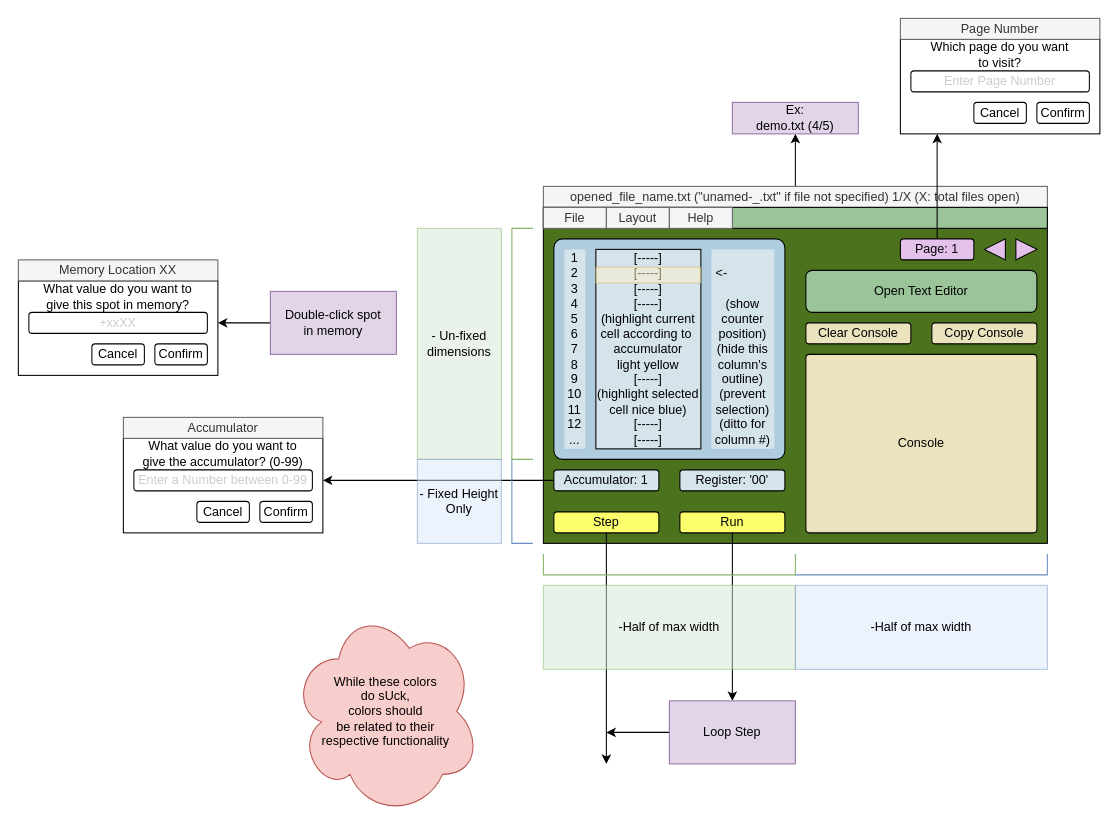
Dabaniel/CS2450_Group_1 keeps this draw.io diagram as UVSim/gui_makeup.drawio. Above is the earlier version. Source tidied: cells renumbered, new cells numbered last; positions are measured from the earlier drawing's top-left corner, leaving out a move shared by most shapes. Both pictures are drawn from the tidied source at 105%, with x=0, y=0 at pixel (18, 18).
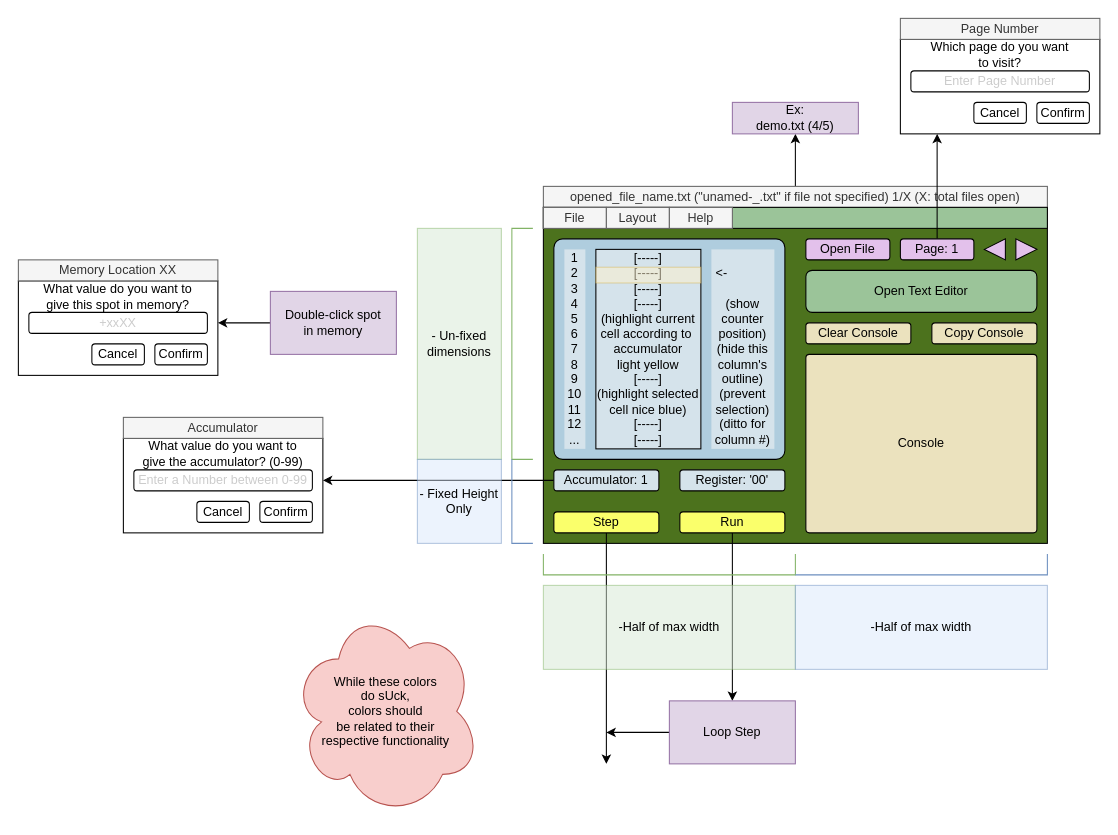
The same diagram, later.

Commit message:
added a file to visualize program function and form

Diff of the diagram source:
```diff
@@
+    <mxCell id="61" value="Open File" style="rounded=1;whiteSpace=wrap;html=1;fillColor=#E3C1EB;" parent="1" vertex="1">
+      <mxGeometry x="750" y="210" width="80" height="20" as="geometry" />
+    </mxCell>
```
